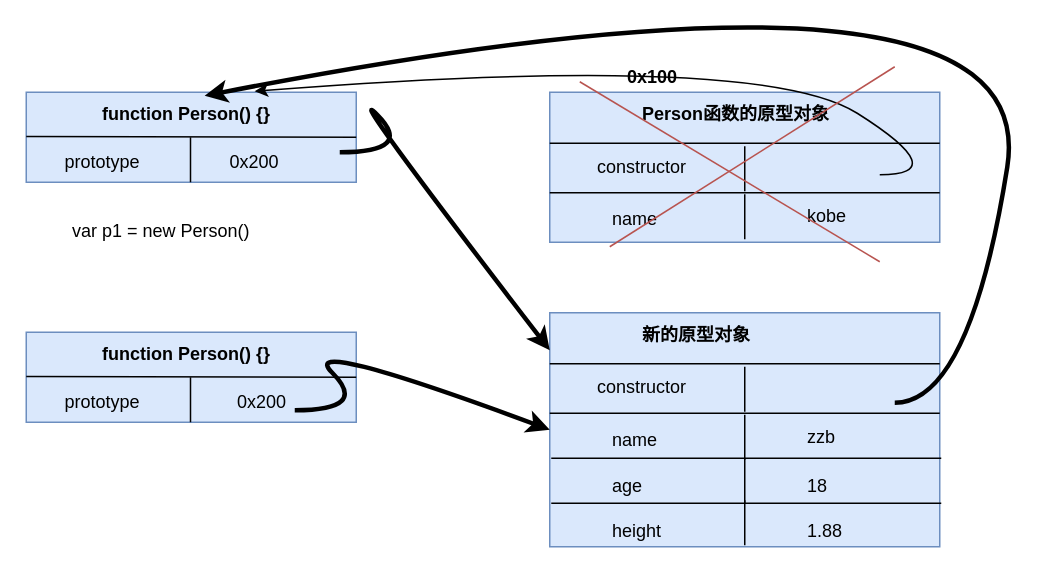
This is 12_JS创建对象方案/09_函数原型上的属性.drawio from zhangzhibang0309/JavaScriptDeep, a draw.io file, before an edit. Source tidied: cells renumbered, new cells numbered last; positions are measured from the earlier drawing's top-left corner, leaving out a move shared by most shapes. Both pictures are drawn from the tidied source at 150%, with x=0, y=0 at pixel (26, -69).
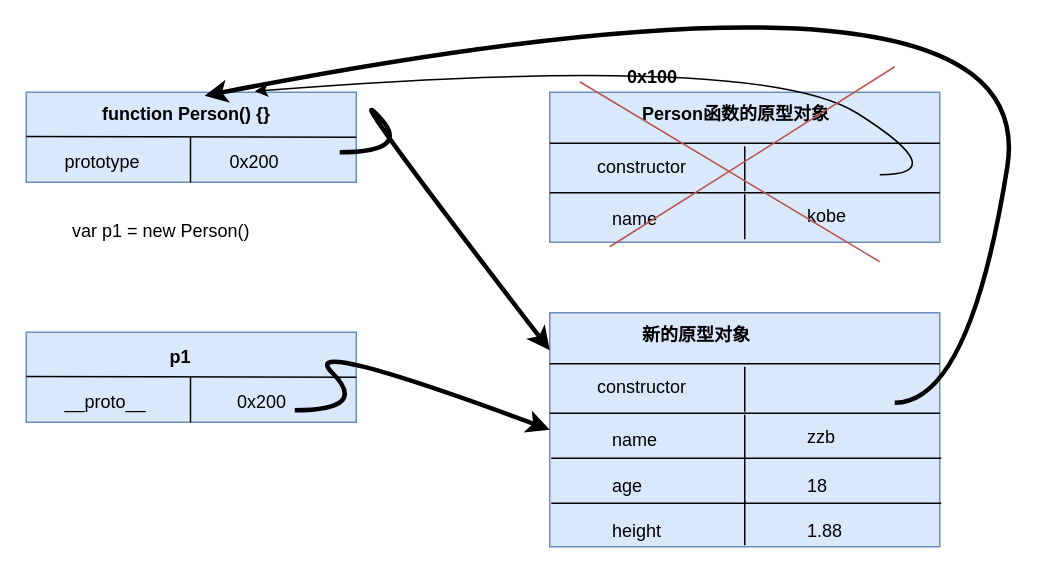
The same diagram, later.

Change to the diagram source:
```diff
@@
-    <mxCell id="9" value="&lt;b&gt;function Person() {}&lt;/b&gt;" style="text;html=1;align=left;verticalAlign=top;spacingTop=-4;" parent="1" vertex="1">
-      <mxGeometry x="49" y="272" width="130" height="20" as="geometry" />
+    <mxCell id="9" value="&lt;b&gt;p1&lt;/b&gt;" style="text;html=1;align=left;verticalAlign=top;spacingTop=-4;" parent="1" vertex="1">
+      <mxGeometry x="94" y="274" width="30" height="20" as="geometry" />
     </mxCell>
-    <mxCell id="10" value="prototype" style="text;html=1;align=left;verticalAlign=top;spacingTop=-4;" parent="1" vertex="1">
+    <mxCell id="10" value="__proto__" style="text;html=1;align=left;verticalAlign=top;spacingTop=-4;" parent="1" vertex="1">
       <mxGeometry x="24" y="304" width="70" height="20" as="geometry" />
     </mxCell>
```
